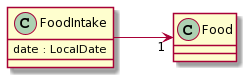
nus-cs2103-AY2021S2/tp keeps this PlantUML diagram as docs/images/FoodIntakeClassDiagram.png. Above is the earlier version.
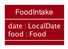
Later version of the same file.

Commit message:
Update Class Diagrams style to module convention

What changed in the source:
```diff
@@ -1,12 +1,18 @@
 @startuml
+!include style.puml
+skinparam arrowThickness 1.1
+skinparam arrowColor #73c8df
+skinparam classBackgroundColor MODEL_COLOR
+skinparam classAttributeFontColor #FFFFFF
+skinparam ArrowColor MODEL_COLOR
+show members
+
 left to right direction
 
 class FoodIntake {
   date : LocalDate
+  food : Food
 }
 
-class Food {
-}
 
-FoodIntake --> "1" Food
 @enduml
```
